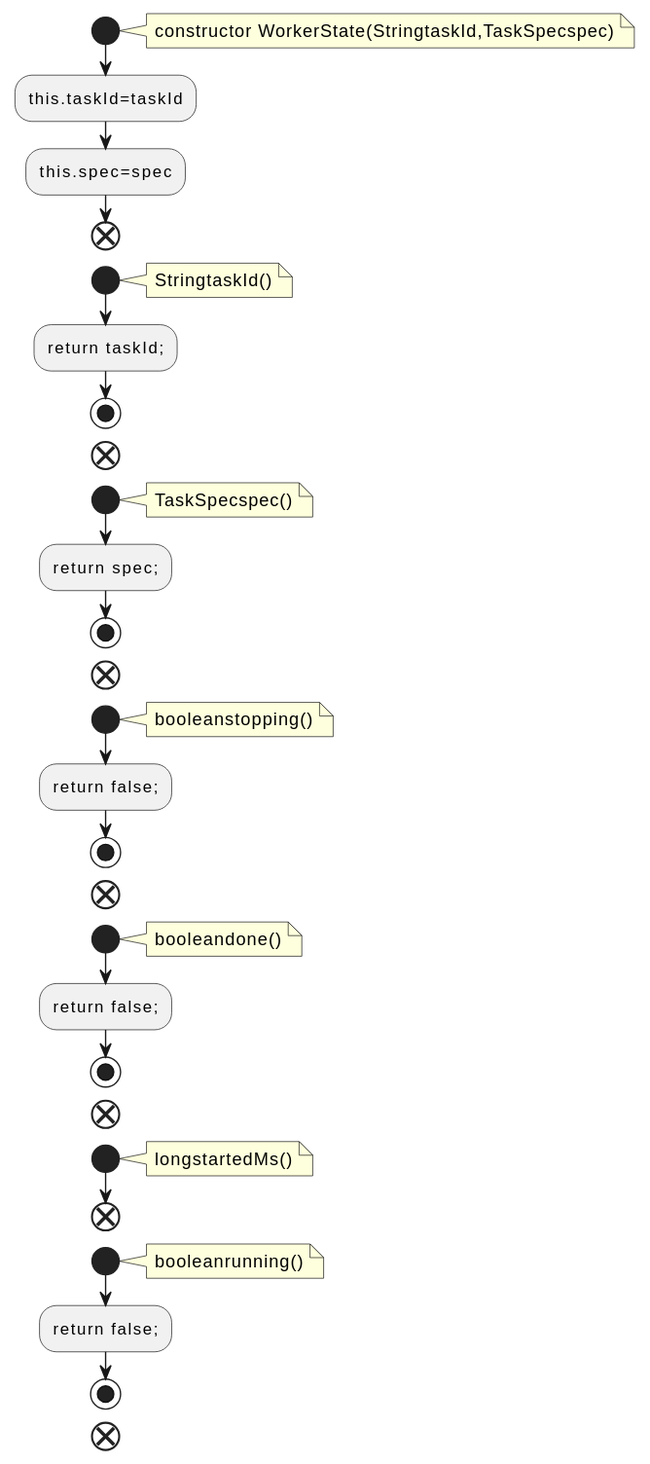
qualitesys/kafka keeps this PlantUML diagram as docs/qc/trogdor/src/main/java/org/apache/kafka/trogdor/rest/WorkerState.java.fct.svg. Above is the earlier version. The source it was exported from:
```plantuml
@startuml
!pragma layout smetana
start
note right
constructor WorkerState(StringtaskId,TaskSpecspec)
end note
:this.taskId=taskId;
:this.spec=spec;
end
start
note right
StringtaskId()
end note
:return taskId;;
stop
end
start
note right
TaskSpecspec()
end note
:return spec;;
stop
end
start
note right
booleanstopping()
end note
:return false;;
stop
end
start
note right
booleandone()
end note
:return false;;
stop
end
start
note right
longstartedMs()
end note
end
start
note right
booleanrunning()
end note
:return false;;
stop
end
@enduml
```
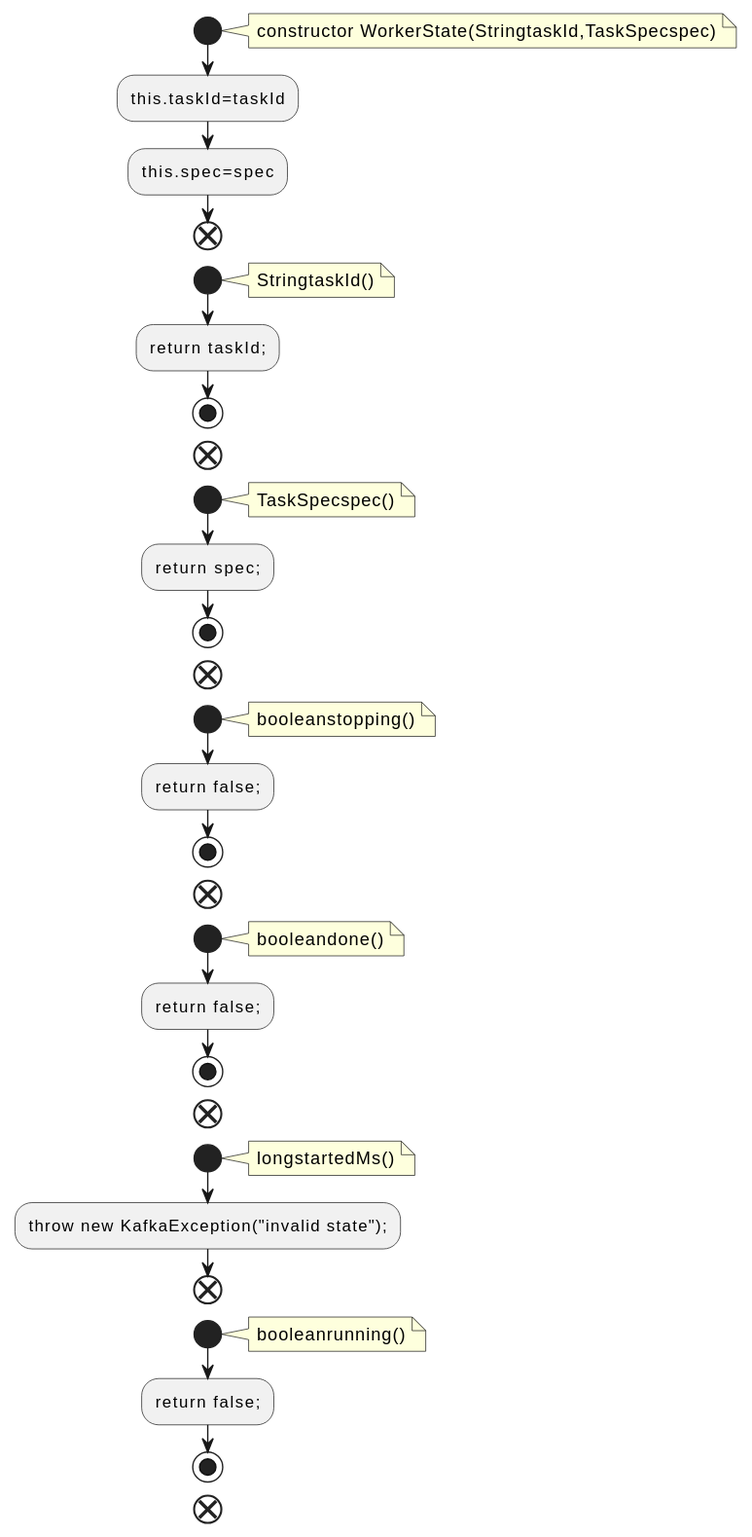
Above is the later version.

What changed in the source:
```diff
@@ -39,6 +39,7 @@
 note right
 longstartedMs()
 end note
+:throw new KafkaException("invalid state");;
 end
 start
 note right
```
